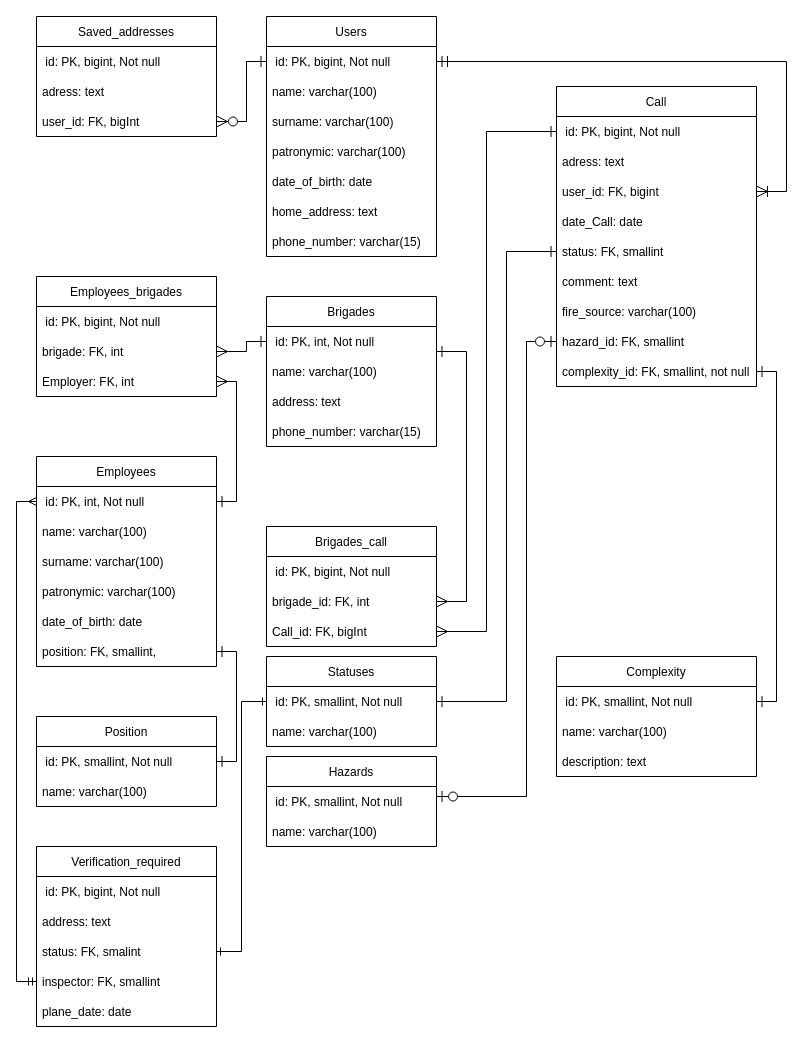
Before: БазаДанных/Схема базы данных.drawio in BRKot/DiplomGit, a draw.io diagram. Source tidied: cells renumbered, new cells numbered last; positions are measured from the earlier drawing's top-left corner, leaving out a move shared by most shapes. Both pictures are drawn from the tidied source at 100%, with x=0, y=0 at pixel (36, 16).
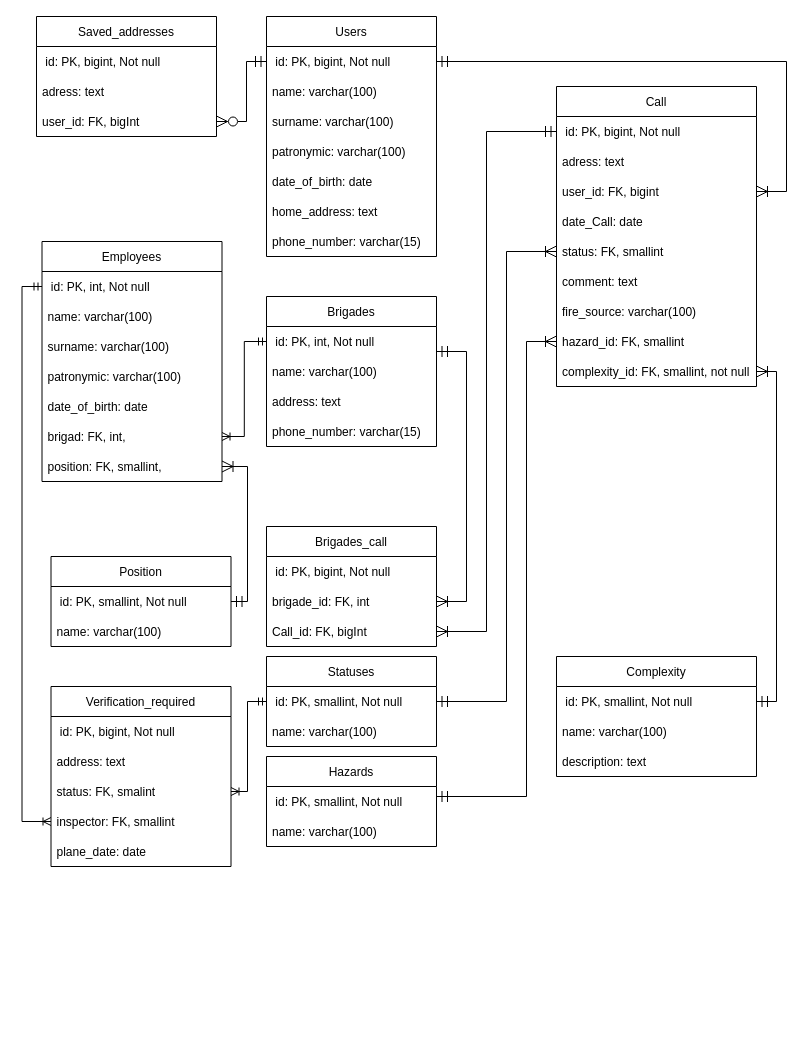
The same page after the edit.

Unchanged cells that the change refers to:
```xml
<mxCell id="3" value=" id: PK, bigint, Not null" style="text;strokeColor=none;fillColor=none;align=left;verticalAlign=middle;spacingLeft=4;spacingRight=4;overflow=hidden;points=[[0,0.5],[1,0.5]];portConstraint=eastwest;" parent="2" vertex="1">
  <mxGeometry y="30" width="170" height="30" as="geometry" />
</mxCell>
<mxCell id="11" value=" id: PK, bigint, Not null" style="text;strokeColor=none;fillColor=none;align=left;verticalAlign=middle;spacingLeft=4;spacingRight=4;overflow=hidden;points=[[0,0.5],[1,0.5]];portConstraint=eastwest;" parent="10" vertex="1">
  <mxGeometry y="30" width="200" height="30" as="geometry" />
</mxCell>
<mxCell id="15" value="status: FK, smallint" style="text;strokeColor=none;fillColor=none;align=left;verticalAlign=middle;spacingLeft=4;spacingRight=4;overflow=hidden;points=[[0,0.5],[1,0.5]];portConstraint=eastwest;" parent="10" vertex="1">
  <mxGeometry y="150" width="200" height="30" as="geometry" />
</mxCell>
<mxCell id="18" value="hazard_id: FK, smallint" style="text;strokeColor=none;fillColor=none;align=left;verticalAlign=middle;spacingLeft=4;spacingRight=4;overflow=hidden;points=[[0,0.5],[1,0.5]];portConstraint=eastwest;" parent="10" vertex="1">
  <mxGeometry y="240" width="200" height="30" as="geometry" />
</mxCell>
<mxCell id="19" value="complexity_id: FK, smallint, not null" style="text;strokeColor=none;fillColor=none;align=left;verticalAlign=middle;spacingLeft=4;spacingRight=4;overflow=hidden;points=[[0,0.5],[1,0.5]];portConstraint=eastwest;" parent="10" vertex="1">
  <mxGeometry y="270" width="200" height="30" as="geometry" />
</mxCell>
<mxCell id="21" value=" id: PK, int, Not null" style="text;strokeColor=none;fillColor=none;align=left;verticalAlign=middle;spacingLeft=4;spacingRight=4;overflow=hidden;points=[[0,0.5],[1,0.5]];portConstraint=eastwest;" parent="20" vertex="1">
  <mxGeometry y="30" width="170" height="30" as="geometry" />
</mxCell>
<mxCell id="26" value=" id: PK, smallint, Not null" style="text;strokeColor=none;fillColor=none;align=left;verticalAlign=middle;spacingLeft=4;spacingRight=4;overflow=hidden;points=[[0,0.5],[1,0.5]];portConstraint=eastwest;" parent="25" vertex="1">
  <mxGeometry y="30" width="170" height="30" as="geometry" />
</mxCell>
<mxCell id="29" value=" id: PK, smallint, Not null" style="text;strokeColor=none;fillColor=none;align=left;verticalAlign=middle;spacingLeft=4;spacingRight=4;overflow=hidden;points=[[0,0.5],[1,0.5]];portConstraint=eastwest;" parent="28" vertex="1">
  <mxGeometry y="30" width="200" height="30" as="geometry" />
</mxCell>
<mxCell id="33" value=" id: PK, smallint, Not null" style="text;strokeColor=none;fillColor=none;align=left;verticalAlign=middle;spacingLeft=4;spacingRight=4;overflow=hidden;points=[[0,0.5],[1,0.5]];portConstraint=eastwest;" parent="32" vertex="1">
  <mxGeometry y="30" width="170" height="30" as="geometry" />
</mxCell>
<mxCell id="43" value="user_id: FK, bigInt" style="text;strokeColor=none;fillColor=none;align=left;verticalAlign=middle;spacingLeft=4;spacingRight=4;overflow=hidden;points=[[0,0.5],[1,0.5]];portConstraint=eastwest;" parent="40" vertex="1">
  <mxGeometry y="90" width="180" height="30" as="geometry" />
</mxCell>
<mxCell id="47" value="brigade_id: FK, int" style="text;strokeColor=none;fillColor=none;align=left;verticalAlign=middle;spacingLeft=4;spacingRight=4;overflow=hidden;points=[[0,0.5],[1,0.5]];portConstraint=eastwest;" parent="45" vertex="1">
  <mxGeometry y="60" width="170" height="30" as="geometry" />
</mxCell>
<mxCell id="48" value="Call_id: FK, bigInt" style="text;strokeColor=none;fillColor=none;align=left;verticalAlign=middle;spacingLeft=4;spacingRight=4;overflow=hidden;points=[[0,0.5],[1,0.5]];portConstraint=eastwest;" parent="45" vertex="1">
  <mxGeometry y="90" width="170" height="30" as="geometry" />
</mxCell>
<mxCell id="52" value=" id: PK, int, Not null" style="text;strokeColor=none;fillColor=none;align=left;verticalAlign=middle;spacingLeft=4;spacingRight=4;overflow=hidden;points=[[0,0.5],[1,0.5]];portConstraint=eastwest;" parent="51" vertex="1">
  <mxGeometry y="30" width="180" height="30" as="geometry" />
</mxCell>
<mxCell id="70" value="status: FK, smalint" style="text;strokeColor=none;fillColor=none;align=left;verticalAlign=middle;spacingLeft=4;spacingRight=4;overflow=hidden;points=[[0,0.5],[1,0.5]];portConstraint=eastwest;" parent="67" vertex="1">
  <mxGeometry y="90" width="180" height="30" as="geometry" />
</mxCell>
<mxCell id="71" value="inspector: FK, smallint" style="text;strokeColor=none;fillColor=none;align=left;verticalAlign=middle;spacingLeft=4;spacingRight=4;overflow=hidden;points=[[0,0.5],[1,0.5]];portConstraint=eastwest;" parent="67" vertex="1">
  <mxGeometry y="120" width="180" height="30" as="geometry" />
</mxCell>
```

Diff of the diagram source:
```diff
@@
-    <mxCell id="36" style="edgeStyle=orthogonalEdgeStyle;rounded=0;jettySize=auto;html=1;entryX=0;entryY=0.5;entryDx=0;entryDy=0;startArrow=ERmany;startFill=0;endArrow=ERone;endFill=0;startSize=9;endSize=9;strokeWidth=1;exitX=1;exitY=0.5;exitDx=0;exitDy=0;" parent="1" edge="1" source="64" target="21">
-      <mxGeometry relative="1" as="geometry">
-        <Array as="points">
-          <mxPoint x="210" y="335" />
-          <mxPoint x="210" y="325" />
-        </Array>
-      </mxGeometry>
-    </mxCell>
-    <mxCell id="37" style="edgeStyle=orthogonalEdgeStyle;rounded=0;jettySize=auto;html=1;entryX=0;entryY=0.5;entryDx=0;entryDy=0;startArrow=ERone;startFill=0;endArrow=ERone;endFill=0;startSize=9;endSize=9;strokeWidth=1;" parent="1" edge="1" source="26" target="15">
+    <mxCell id="37" style="edgeStyle=orthogonalEdgeStyle;rounded=0;jettySize=auto;html=1;entryX=0;entryY=0.5;entryDx=0;entryDy=0;startArrow=ERmandOne;startFill=0;endArrow=ERoneToMany;endFill=0;startSize=9;endSize=9;strokeWidth=1;" parent="1" edge="1" source="26" target="15">
       <mxGeometry relative="1" as="geometry">
         <Array as="points">
           <mxPoint x="470" y="685" />
           <mxPoint x="470" y="235" />
         </Array>
       </mxGeometry>
     </mxCell>
-    <mxCell id="38" style="edgeStyle=orthogonalEdgeStyle;rounded=0;jettySize=auto;html=1;entryX=0;entryY=0.5;entryDx=0;entryDy=0;startArrow=ERzeroToOne;startFill=0;endArrow=ERzeroToOne;endFill=0;startSize=9;endSize=9;strokeWidth=1;" parent="1" edge="1" source="33" target="18">
+    <mxCell id="38" style="edgeStyle=orthogonalEdgeStyle;rounded=0;jettySize=auto;html=1;entryX=0;entryY=0.5;entryDx=0;entryDy=0;startArrow=ERmandOne;startFill=0;endArrow=ERoneToMany;endFill=0;startSize=9;endSize=9;strokeWidth=1;" parent="1" edge="1" source="33" target="18">
       <mxGeometry relative="1" as="geometry">
         <Array as="points">
           <mxPoint x="490" y="780" />
           <mxPoint x="490" y="325" />
         </Array>
       </mxGeometry>
     </mxCell>
-    <mxCell id="39" style="edgeStyle=orthogonalEdgeStyle;rounded=0;jettySize=auto;html=1;startArrow=ERone;startFill=0;endArrow=ERone;endFill=0;startSize=9;endSize=9;strokeWidth=1;entryX=1;entryY=0.5;entryDx=0;entryDy=0;" parent="1" edge="1" source="29" target="19">
+    <mxCell id="39" style="edgeStyle=orthogonalEdgeStyle;rounded=0;jettySize=auto;html=1;startArrow=ERmandOne;startFill=0;endArrow=ERoneToMany;endFill=0;startSize=9;endSize=9;strokeWidth=1;entryX=1;entryY=0.5;entryDx=0;entryDy=0;" parent="1" edge="1" source="29" target="19">
       <mxGeometry relative="1" as="geometry">
         <Array as="points">
           <mxPoint x="740" y="685" />
           <mxPoint x="740" y="355" />
         </Array>
       </mxGeometry>
     </mxCell>
@@
-    <mxCell id="44" style="edgeStyle=orthogonalEdgeStyle;rounded=0;jettySize=auto;html=1;startArrow=ERone;startFill=0;endArrow=ERzeroToMany;endFill=0;startSize=9;endSize=9;strokeWidth=1;" parent="1" edge="1" source="3" target="43">
+    <mxCell id="44" style="edgeStyle=orthogonalEdgeStyle;rounded=0;jettySize=auto;html=1;startArrow=ERmandOne;startFill=0;endArrow=ERzeroToMany;endFill=0;startSize=9;endSize=9;strokeWidth=1;" parent="1" edge="1" source="3" target="43">
       <mxGeometry relative="1" as="geometry">
         <Array as="points">
           <mxPoint x="210" y="45" />
           <mxPoint x="210" y="105" />
         </Array>
       </mxGeometry>
     </mxCell>
@@
-    <mxCell id="49" style="edgeStyle=orthogonalEdgeStyle;rounded=0;jettySize=auto;html=1;entryX=1;entryY=0.5;entryDx=0;entryDy=0;startArrow=ERone;startFill=0;endArrow=ERmany;endFill=0;startSize=9;endSize=9;strokeWidth=1;" parent="1" edge="1" source="21" target="47">
+    <mxCell id="49" style="edgeStyle=orthogonalEdgeStyle;rounded=0;jettySize=auto;html=1;entryX=1;entryY=0.5;entryDx=0;entryDy=0;startArrow=ERmandOne;startFill=0;endArrow=ERoneToMany;endFill=0;startSize=9;endSize=9;strokeWidth=1;" parent="1" edge="1" source="21" target="47">
       <mxGeometry relative="1" as="geometry">
         <Array as="points">
           <mxPoint x="430" y="335" />
           <mxPoint x="430" y="585" />
         </Array>
       </mxGeometry>
     </mxCell>
-    <mxCell id="50" style="edgeStyle=orthogonalEdgeStyle;rounded=0;jettySize=auto;html=1;exitX=0;exitY=0.5;exitDx=0;exitDy=0;entryX=1;entryY=0.5;entryDx=0;entryDy=0;startArrow=ERone;startFill=0;endArrow=ERmany;endFill=0;startSize=9;endSize=9;strokeWidth=1;" parent="1" edge="1" source="11" target="48">
+    <mxCell id="50" style="edgeStyle=orthogonalEdgeStyle;rounded=0;jettySize=auto;html=1;exitX=0;exitY=0.5;exitDx=0;exitDy=0;entryX=1;entryY=0.5;entryDx=0;entryDy=0;startArrow=ERmandOne;startFill=0;endArrow=ERoneToMany;endFill=0;startSize=9;endSize=9;strokeWidth=1;" parent="1" edge="1" source="11" target="48">
       <mxGeometry relative="1" as="geometry">
         <Array as="points">
           <mxPoint x="450" y="115" />
           <mxPoint x="450" y="615" />
         </Array>
       </mxGeometry>
     </mxCell>
     <mxCell id="51" value="Employees" style="swimlane;fontStyle=0;horizontal=1;startSize=30;" parent="1" vertex="1">
-      <mxGeometry y="440" width="180" height="210" as="geometry" />
+      <mxGeometry x="5.5" y="225" width="180" height="240" as="geometry" />
     </mxCell>
@@
+    <mxCell id="75" value="brigad: FK, int, " style="text;strokeColor=none;fillColor=none;align=left;verticalAlign=middle;spacingLeft=4;spacingRight=4;overflow=hidden;points=[[0,0.5],[1,0.5]];portConstraint=eastwest;" parent="51" vertex="1">
+      <mxGeometry y="180" width="180" height="30" as="geometry" />
+    </mxCell>
     <mxCell id="57" value="position: FK, smallint, " style="text;strokeColor=none;fillColor=none;align=left;verticalAlign=middle;spacingLeft=4;spacingRight=4;overflow=hidden;points=[[0,0.5],[1,0.5]];portConstraint=eastwest;" parent="51" vertex="1">
-      <mxGeometry y="180" width="180" height="30" as="geometry" />
+      <mxGeometry y="210" width="180" height="30" as="geometry" />
     </mxCell>
-    <mxCell id="58" style="edgeStyle=orthogonalEdgeStyle;rounded=0;jettySize=auto;html=1;entryX=1;entryY=0.5;entryDx=0;entryDy=0;startArrow=ERone;startFill=0;endArrow=ERone;endFill=0;startSize=9;endSize=9;strokeWidth=1;" parent="1" edge="1" source="59" target="57">
+    <mxCell id="58" style="edgeStyle=orthogonalEdgeStyle;rounded=0;jettySize=auto;html=1;startArrow=ERmandOne;startFill=0;endArrow=ERoneToMany;endFill=0;startSize=9;endSize=9;strokeWidth=1;entryX=1;entryY=0.5;entryDx=0;entryDy=0;" parent="1" edge="1" source="59" target="57">
       <mxGeometry relative="1" as="geometry">
         <Array as="points">
-          <mxPoint x="200" y="745" />
-          <mxPoint x="200" y="635" />
+          <mxPoint x="211" y="585" />
+          <mxPoint x="211" y="450" />
         </Array>
       </mxGeometry>
     </mxCell>
     <mxCell id="59" value="Position" style="swimlane;fontStyle=0;horizontal=1;startSize=30;" parent="1" vertex="1">
-      <mxGeometry y="700" width="180" height="90" as="geometry" />
+      <mxGeometry x="14.5" y="540" width="180" height="90" as="geometry" />
     </mxCell>
@@
-    <mxCell id="62" value="Employees_brigades" style="swimlane;fontStyle=0;horizontal=1;startSize=30;" parent="1" vertex="1">
-      <mxGeometry y="260" width="180" height="120" as="geometry" />
-    </mxCell>
-    <mxCell id="63" value=" id: PK, bigint, Not null" style="text;strokeColor=none;fillColor=none;align=left;verticalAlign=middle;spacingLeft=4;spacingRight=4;overflow=hidden;" parent="62" vertex="1">
-      <mxGeometry y="30" width="180" height="30" as="geometry" />
-    </mxCell>
-    <mxCell id="64" value="brigade: FK, int" style="text;strokeColor=none;fillColor=none;align=left;verticalAlign=middle;spacingLeft=4;spacingRight=4;overflow=hidden;points=[[0,0.5],[1,0.5]];portConstraint=eastwest;" parent="62" vertex="1">
-      <mxGeometry y="60" width="180" height="30" as="geometry" />
-    </mxCell>
-    <mxCell id="65" value="Employer: FK, int" style="text;strokeColor=none;fillColor=none;align=left;verticalAlign=middle;spacingLeft=4;spacingRight=4;overflow=hidden;points=[[0,0.5],[1,0.5]];portConstraint=eastwest;" parent="62" vertex="1">
-      <mxGeometry y="90" width="180" height="30" as="geometry" />
-    </mxCell>
-    <mxCell id="66" style="edgeStyle=orthogonalEdgeStyle;rounded=0;jettySize=auto;html=1;entryX=1;entryY=0.5;entryDx=0;entryDy=0;startArrow=ERone;startFill=0;endArrow=ERmany;endFill=0;startSize=9;endSize=9;strokeWidth=1;" parent="1" edge="1" source="52" target="65">
-      <mxGeometry relative="1" as="geometry">
-        <Array as="points">
-          <mxPoint x="200" y="485" />
-          <mxPoint x="200" y="365" />
-        </Array>
-      </mxGeometry>
-    </mxCell>
     <mxCell id="67" value="Verification_required" style="swimlane;fontStyle=0;horizontal=1;startSize=30;" parent="1" vertex="1">
-      <mxGeometry y="830" width="180" height="180" as="geometry" />
+      <mxGeometry x="14.5" y="670" width="180" height="180" as="geometry" />
     </mxCell>
@@
-    <mxCell id="73" style="edgeStyle=orthogonalEdgeStyle;rounded=0;jettySize=auto;html=1;startArrow=ERone;startFill=0;endArrow=ERone;endFill=0;" parent="1" edge="1" source="26" target="70">
-      <mxGeometry relative="1" as="geometry" />
+    <mxCell id="73" style="edgeStyle=orthogonalEdgeStyle;rounded=0;jettySize=auto;html=1;startArrow=ERmandOne;startFill=0;endArrow=ERoneToMany;endFill=0;entryX=1;entryY=0.5;entryDx=0;entryDy=0;" parent="1" edge="1" source="26" target="70">
+      <mxGeometry relative="1" as="geometry">
+        <Array as="points">
+          <mxPoint x="211" y="685" />
+          <mxPoint x="211" y="775" />
+        </Array>
+      </mxGeometry>
     </mxCell>
-    <mxCell id="74" style="edgeStyle=orthogonalEdgeStyle;rounded=0;jettySize=auto;html=1;entryX=0;entryY=0.5;entryDx=0;entryDy=0;startArrow=ERmany;startFill=0;endArrow=ERmandOne;endFill=0;" parent="1" edge="1" source="52" target="71">
-      <mxGeometry relative="1" as="geometry" />
+    <mxCell id="74" style="edgeStyle=orthogonalEdgeStyle;rounded=0;jettySize=auto;html=1;entryX=0;entryY=0.5;entryDx=0;entryDy=0;startArrow=ERmandOne;startFill=0;endArrow=ERoneToMany;endFill=0;" parent="1" edge="1" source="52" target="71">
+      <mxGeometry relative="1" as="geometry">
+        <Array as="points">
+          <mxPoint x="-14.5" y="270" />
+          <mxPoint x="-14.5" y="805" />
+        </Array>
+      </mxGeometry>
     </mxCell>
+    <mxCell id="76" style="edgeStyle=orthogonalEdgeStyle;rounded=0;jettySize=auto;html=1;entryX=1;entryY=0.5;entryDx=0;entryDy=0;startArrow=ERmandOne;startFill=0;endArrow=ERoneToMany;endFill=0;" parent="1" edge="1" source="21" target="75">
+      <mxGeometry relative="1" as="geometry" />
+    </mxCell>
```
